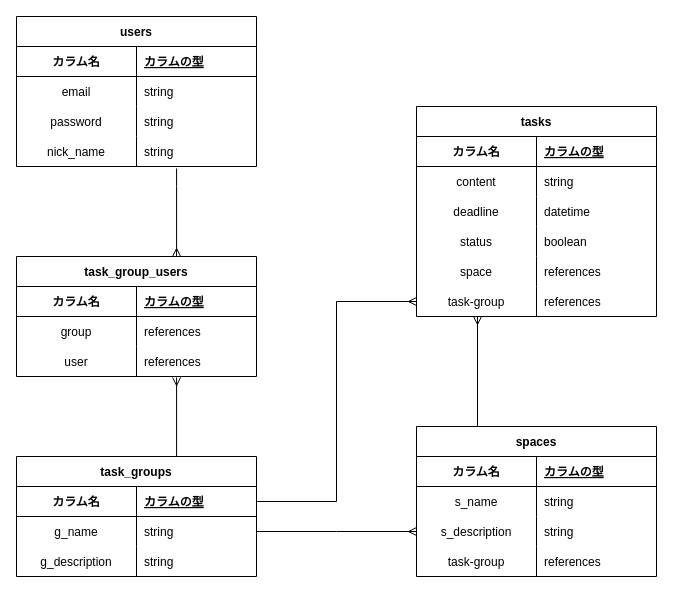
Before: ER .dio in iniwa-takaya/group-task, a draw.io diagram. Source tidied: cells renumbered, new cells numbered last; positions are measured from the earlier drawing's top-left corner, leaving out a move shared by most shapes. Both pictures are drawn from the tidied source at 100%, with x=0, y=0 at pixel (16, 16).
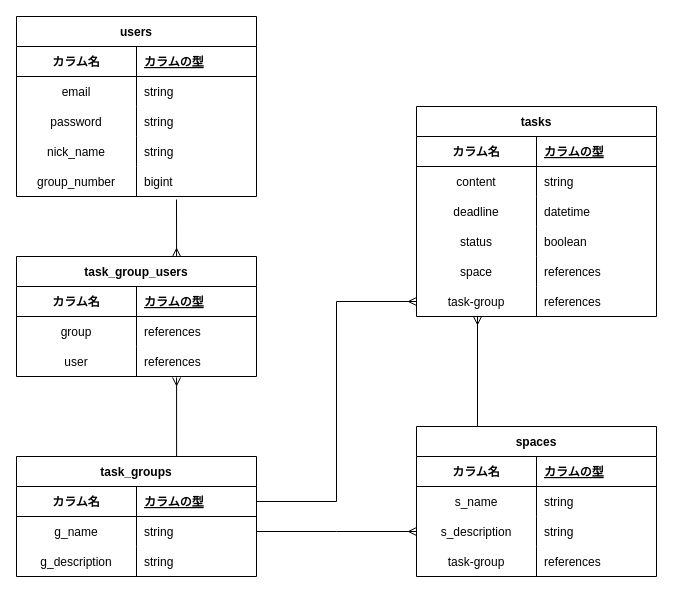
The same page after the edit.

The change refers to these unchanged cells:
```xml
<mxCell id="12" style="shape=partialRectangle;fillColor=none;top=0;left=0;bottom=0;right=0;points=[[0,0.5],[1,0.5]];portConstraint=eastwest;" parent="2" vertex="1">
  <mxGeometry y="120" width="240" height="30" as="geometry" />
</mxCell>
<mxCell id="60" value="task_group_users" style="shape=table;startSize=30;childLayout=tableLayout;rowLines=0;fontStyle=1;align=center;" parent="1" vertex="1">
  <mxGeometry y="240" width="240" height="120" as="geometry" />
</mxCell>
```

What changed in the source:
```diff
@@
     <mxCell id="2" value="users" style="shape=table;startSize=30;childLayout=tableLayout;rowLines=0;fontStyle=1;align=center;" parent="1" vertex="1">
-      <mxGeometry width="240" height="150" as="geometry" />
+      <mxGeometry width="240" height="180" as="geometry" />
     </mxCell>
@@
+    <mxCell id="73" style="shape=partialRectangle;fillColor=none;top=0;left=0;bottom=0;right=0;" parent="2" vertex="1">
+      <mxGeometry y="150" width="240" height="30" as="geometry" />
+    </mxCell>
+    <mxCell id="74" value="group_number" style="shape=partialRectangle;fillColor=none;top=0;left=0;bottom=0;right=0;overflow=hidden;" parent="73" vertex="1">
+      <mxGeometry width="120" height="30" as="geometry" />
+    </mxCell>
+    <mxCell id="75" value="bigint" style="shape=partialRectangle;fillColor=none;top=0;left=0;bottom=0;right=0;align=left;spacingLeft=6;overflow=hidden;" parent="73" vertex="1">
+      <mxGeometry x="120" width="120" height="30" as="geometry" />
+    </mxCell>
@@
-    <mxCell id="70" style="edgeStyle=orthogonalEdgeStyle;rounded=0;jettySize=auto;html=1;exitX=0.667;exitY=1.067;exitDx=0;exitDy=0;entryX=0.667;entryY=0;entryDx=0;entryDy=0;endArrow=ERmany;endFill=0;entryPerimeter=0;exitPerimeter=0;" parent="1" edge="1" source="12" target="60">
+    <mxCell id="70" style="edgeStyle=orthogonalEdgeStyle;rounded=0;jettySize=auto;html=1;entryX=0.667;entryY=0;entryDx=0;entryDy=0;endArrow=ERmany;endFill=0;entryPerimeter=0;" parent="1" edge="1" target="60">
       <mxGeometry relative="1" as="geometry">
+        <mxPoint x="160" y="183" as="sourcePoint" />
         <Array as="points">
-          <mxPoint x="160" y="170" />
-          <mxPoint x="160" y="170" />
+          <mxPoint x="160" y="183" />
         </Array>
       </mxGeometry>
     </mxCell>
```
